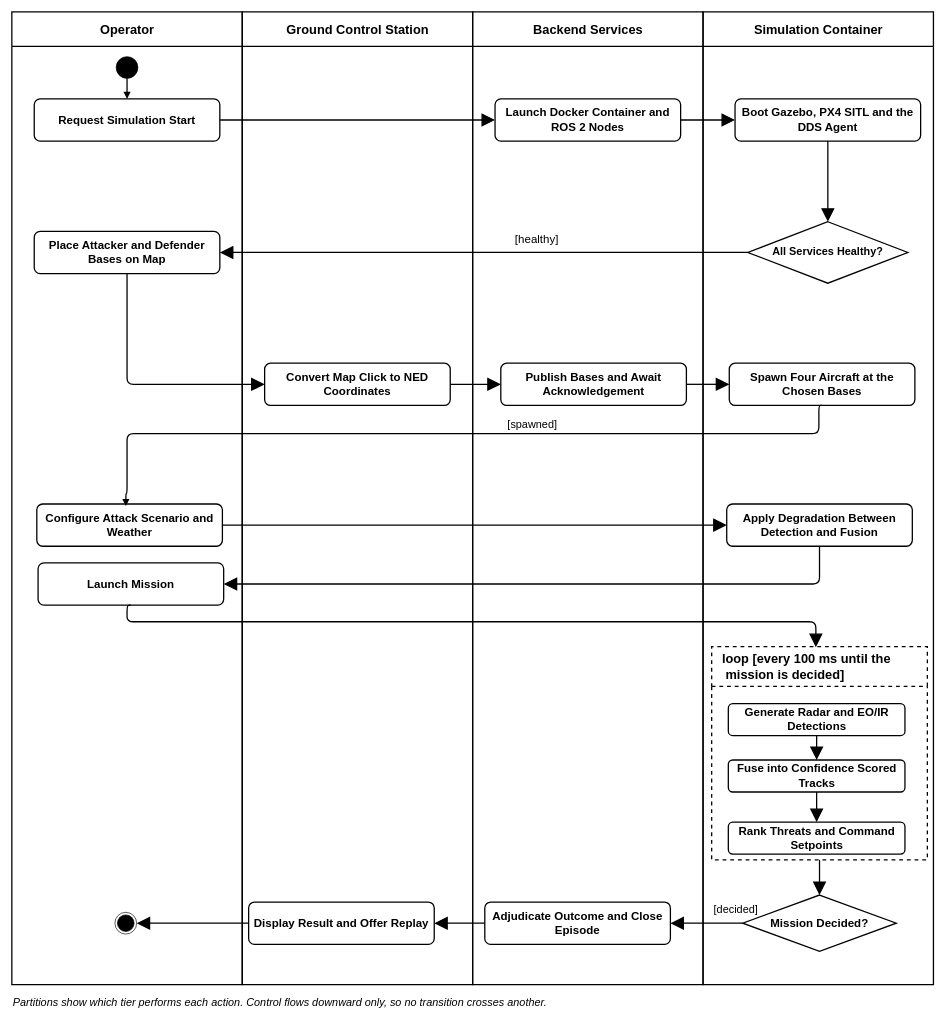
This is 21_activity_system_overview.drawio from syedmohammad611/diagrams, a draw.io file, before an edit. Source tidied: cells renumbered, new cells numbered last; positions are measured from the earlier drawing's top-left corner, leaving out a move shared by most shapes. Both pictures are drawn from the tidied source at 64%, with x=0, y=0 at pixel (12, 12).
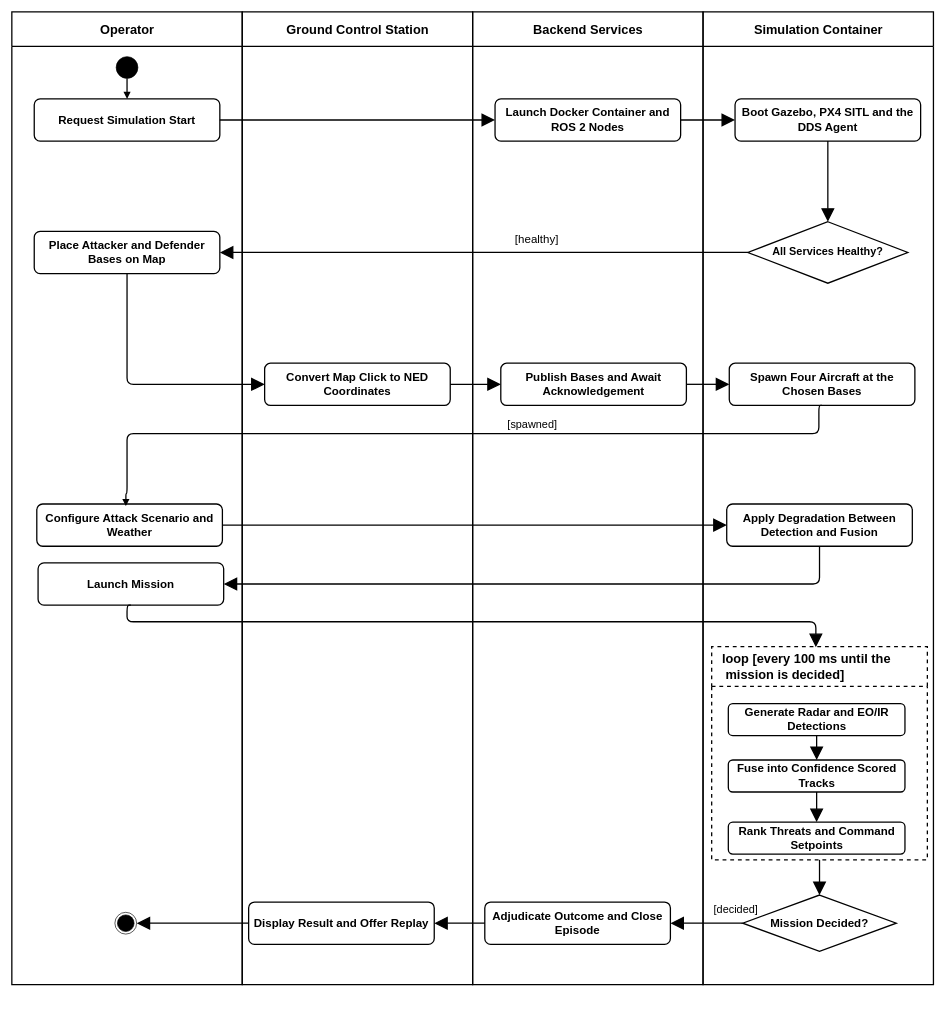
Above is the later version.

Commit message:
refactor: update activity diagram layout

What changed in the source:
```diff
@@
-    <mxCell id="44" value="Partitions show which tier performs each action. Control flows downward only, so no transition crosses another." style="text;html=1;strokeColor=none;fillColor=none;align=left;verticalAlign=middle;fontFamily=Helvetica;fontColor=#000000;fontSize=17;fontStyle=2;" parent="1" vertex="1">
-      <mxGeometry y="1534" width="1100" height="30" as="geometry" />
-    </mxCell>
```
